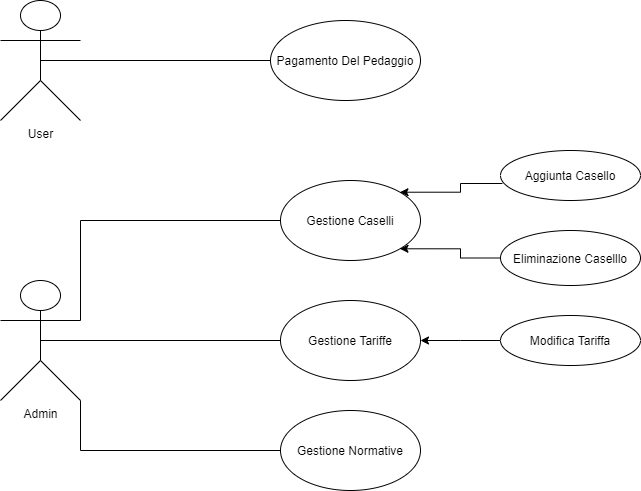
Before: doc/Diagrammi/Use Case Diagram.png, a diagram exported from draw.io (thoser369/Autostrade). Source tidied: cells renumbered, new cells last; positions are measured from the earlier drawing's top-left corner, leaving out a move shared by most shapes. Source of this version:
```xml
<mxGraphModel>
  <root>
    <mxCell id="0" />
    <mxCell id="1" parent="0" />
    <mxCell id="2" style="edgeStyle=orthogonalEdgeStyle;rounded=0;jettySize=auto;html=1;exitX=0.5;exitY=0.5;exitDx=0;exitDy=0;exitPerimeter=0;entryX=0;entryY=0.5;entryDx=0;entryDy=0;endArrow=none;endFill=0;" parent="1" edge="1" source="3" target="4">
      <mxGeometry relative="1" as="geometry" />
    </mxCell>
    <mxCell id="3" value="User" style="shape=umlActor;verticalLabelPosition=bottom;labelBackgroundColor=#ffffff;verticalAlign=top;html=1;" parent="1" vertex="1">
      <mxGeometry width="80" height="120" as="geometry" />
    </mxCell>
    <mxCell id="4" value="Pagamento Del Pedaggio" style="ellipse;whiteSpace=wrap;html=1;" parent="1" vertex="1">
      <mxGeometry x="270" y="20" width="150" height="80" as="geometry" />
    </mxCell>
    <mxCell id="5" style="edgeStyle=orthogonalEdgeStyle;rounded=0;jettySize=auto;html=1;exitX=1;exitY=0.3333333333333333;exitDx=0;exitDy=0;exitPerimeter=0;entryX=0;entryY=0.5;entryDx=0;entryDy=0;endArrow=none;endFill=0;" parent="1" edge="1" source="8" target="11">
      <mxGeometry relative="1" as="geometry">
        <Array as="points">
          <mxPoint x="80" y="220" />
        </Array>
      </mxGeometry>
    </mxCell>
    <mxCell id="6" style="edgeStyle=orthogonalEdgeStyle;rounded=0;jettySize=auto;html=1;exitX=0.5;exitY=0.5;exitDx=0;exitDy=0;exitPerimeter=0;endArrow=none;endFill=0;" parent="1" edge="1" source="8" target="15">
      <mxGeometry relative="1" as="geometry" />
    </mxCell>
    <mxCell id="7" style="edgeStyle=orthogonalEdgeStyle;rounded=0;jettySize=auto;html=1;exitX=1;exitY=1;exitDx=0;exitDy=0;exitPerimeter=0;endArrow=none;endFill=0;" parent="1" edge="1" source="8" target="17">
      <mxGeometry relative="1" as="geometry">
        <Array as="points">
          <mxPoint x="80" y="450" />
        </Array>
      </mxGeometry>
    </mxCell>
    <mxCell id="8" value="Admin" style="shape=umlActor;verticalLabelPosition=bottom;labelBackgroundColor=#ffffff;verticalAlign=top;html=1;" parent="1" vertex="1">
      <mxGeometry y="280" width="80" height="120" as="geometry" />
    </mxCell>
    <mxCell id="9" style="edgeStyle=orthogonalEdgeStyle;rounded=0;jettySize=auto;html=1;exitX=0;exitY=0.5;exitDx=0;exitDy=0;entryX=1;entryY=1;entryDx=0;entryDy=0;" parent="1" edge="1" source="12" target="11">
      <mxGeometry relative="1" as="geometry" />
    </mxCell>
    <mxCell id="10" style="edgeStyle=orthogonalEdgeStyle;rounded=0;jettySize=auto;html=1;exitX=0.014;exitY=0.66;exitDx=0;exitDy=0;entryX=1;entryY=0;entryDx=0;entryDy=0;exitPerimeter=0;" parent="1" edge="1" source="13" target="11">
      <mxGeometry relative="1" as="geometry" />
    </mxCell>
    <mxCell id="11" value="Gestione Caselli" style="ellipse;whiteSpace=wrap;html=1;" parent="1" vertex="1">
      <mxGeometry x="280" y="180" width="140" height="80" as="geometry" />
    </mxCell>
    <mxCell id="12" value="Eliminazione Caselllo&lt;br&gt;" style="ellipse;whiteSpace=wrap;html=1;" parent="1" vertex="1">
      <mxGeometry x="500" y="230" width="140" height="55" as="geometry" />
    </mxCell>
    <mxCell id="13" value="Aggiunta Casello" style="ellipse;whiteSpace=wrap;html=1;" parent="1" vertex="1">
      <mxGeometry x="500" y="150" width="140" height="50" as="geometry" />
    </mxCell>
    <mxCell id="14" style="edgeStyle=orthogonalEdgeStyle;rounded=0;jettySize=auto;html=1;" parent="1" edge="1" source="16" target="15">
      <mxGeometry relative="1" as="geometry">
        <Array as="points">
          <mxPoint x="460" y="340" />
          <mxPoint x="460" y="340" />
        </Array>
      </mxGeometry>
    </mxCell>
    <mxCell id="15" value="Gestione Tariffe" style="ellipse;whiteSpace=wrap;html=1;" parent="1" vertex="1">
      <mxGeometry x="280" y="300" width="140" height="80" as="geometry" />
    </mxCell>
    <mxCell id="16" value="Modifica Tariffa" style="ellipse;whiteSpace=wrap;html=1;" parent="1" vertex="1">
      <mxGeometry x="500" y="315" width="140" height="50" as="geometry" />
    </mxCell>
    <mxCell id="17" value="Gestione Normative" style="ellipse;whiteSpace=wrap;html=1;" parent="1" vertex="1">
      <mxGeometry x="280" y="410" width="140" height="80" as="geometry" />
    </mxCell>
  </root>
</mxGraphModel>
```
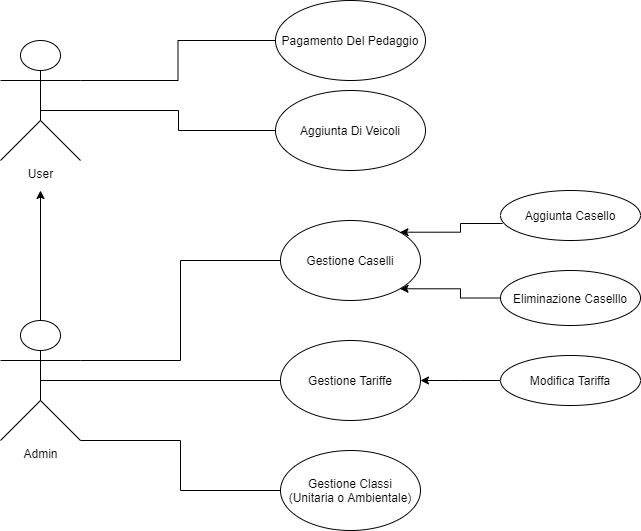
The same file after the commit.

Commit message:
modifica use case

Change to the diagram source:
```diff
@@ -2,19 +2,34 @@
   <root>
     <mxCell id="0" />
     <mxCell id="1" parent="0" />
-    <mxCell id="2" style="edgeStyle=orthogonalEdgeStyle;rounded=0;jettySize=auto;html=1;exitX=0.5;exitY=0.5;exitDx=0;exitDy=0;exitPerimeter=0;entryX=0;entryY=0.5;entryDx=0;entryDy=0;endArrow=none;endFill=0;" parent="1" edge="1" source="3" target="4">
+    <mxCell id="2" style="edgeStyle=orthogonalEdgeStyle;rounded=0;jettySize=auto;html=1;exitX=1;exitY=0.3333333333333333;exitDx=0;exitDy=0;exitPerimeter=0;endArrow=none;endFill=0;" parent="1" edge="1" source="3" target="4">
       <mxGeometry relative="1" as="geometry" />
     </mxCell>
+    <mxCell id="18" style="edgeStyle=orthogonalEdgeStyle;rounded=0;jettySize=auto;html=1;exitX=0.5;exitY=0.5;exitDx=0;exitDy=0;exitPerimeter=0;entryX=0;entryY=0.5;entryDx=0;entryDy=0;endArrow=none;endFill=0;" parent="1" edge="1" source="3" target="20">
+      <mxGeometry relative="1" as="geometry">
+        <Array as="points">
+          <mxPoint x="40" y="70" />
+          <mxPoint x="178" y="70" />
+          <mxPoint x="178" y="90" />
+        </Array>
+      </mxGeometry>
+    </mxCell>
+    <mxCell id="19" style="edgeStyle=orthogonalEdgeStyle;rounded=0;jettySize=auto;html=1;endArrow=classic;endFill=1;exitX=0.5;exitY=0;exitDx=0;exitDy=0;exitPerimeter=0;" parent="1" edge="1" source="8">
+      <mxGeometry relative="1" as="geometry">
+        <mxPoint x="40" y="150" as="targetPoint" />
+      </mxGeometry>
+    </mxCell>
     <mxCell id="3" value="User" style="shape=umlActor;verticalLabelPosition=bottom;labelBackgroundColor=#ffffff;verticalAlign=top;html=1;" parent="1" vertex="1">
       <mxGeometry width="80" height="120" as="geometry" />
     </mxCell>
     <mxCell id="4" value="Pagamento Del Pedaggio" style="ellipse;whiteSpace=wrap;html=1;" parent="1" vertex="1">
-      <mxGeometry x="270" y="20" width="150" height="80" as="geometry" />
+      <mxGeometry x="275" y="-40" width="150" height="80" as="geometry" />
     </mxCell>
     <mxCell id="5" style="edgeStyle=orthogonalEdgeStyle;rounded=0;jettySize=auto;html=1;exitX=1;exitY=0.3333333333333333;exitDx=0;exitDy=0;exitPerimeter=0;entryX=0;entryY=0.5;entryDx=0;entryDy=0;endArrow=none;endFill=0;" parent="1" edge="1" source="8" target="11">
       <mxGeometry relative="1" as="geometry">
         <Array as="points">
-          <mxPoint x="80" y="220" />
+          <mxPoint x="180" y="320" />
+          <mxPoint x="180" y="220" />
         </Array>
       </mxGeometry>
     </mxCell>
@@ -24,7 +39,8 @@
     <mxCell id="7" style="edgeStyle=orthogonalEdgeStyle;rounded=0;jettySize=auto;html=1;exitX=1;exitY=1;exitDx=0;exitDy=0;exitPerimeter=0;endArrow=none;endFill=0;" parent="1" edge="1" source="8" target="17">
       <mxGeometry relative="1" as="geometry">
         <Array as="points">
-          <mxPoint x="80" y="450" />
+          <mxPoint x="180" y="400" />
+          <mxPoint x="180" y="450" />
         </Array>
       </mxGeometry>
     </mxCell>
@@ -60,8 +76,11 @@
     <mxCell id="16" value="Modifica Tariffa" style="ellipse;whiteSpace=wrap;html=1;" parent="1" vertex="1">
       <mxGeometry x="500" y="315" width="140" height="50" as="geometry" />
     </mxCell>
-    <mxCell id="17" value="Gestione Normative" style="ellipse;whiteSpace=wrap;html=1;" parent="1" vertex="1">
+    <mxCell id="17" value="Gestione Classi&lt;br&gt;(Unitaria o Ambientale)" style="ellipse;whiteSpace=wrap;html=1;" parent="1" vertex="1">
       <mxGeometry x="280" y="410" width="140" height="80" as="geometry" />
     </mxCell>
+    <mxCell id="20" value="Aggiunta Di Veicoli" style="ellipse;whiteSpace=wrap;html=1;" parent="1" vertex="1">
+      <mxGeometry x="275" y="50" width="150" height="80" as="geometry" />
+    </mxCell>
   </root>
 </mxGraphModel>
```
